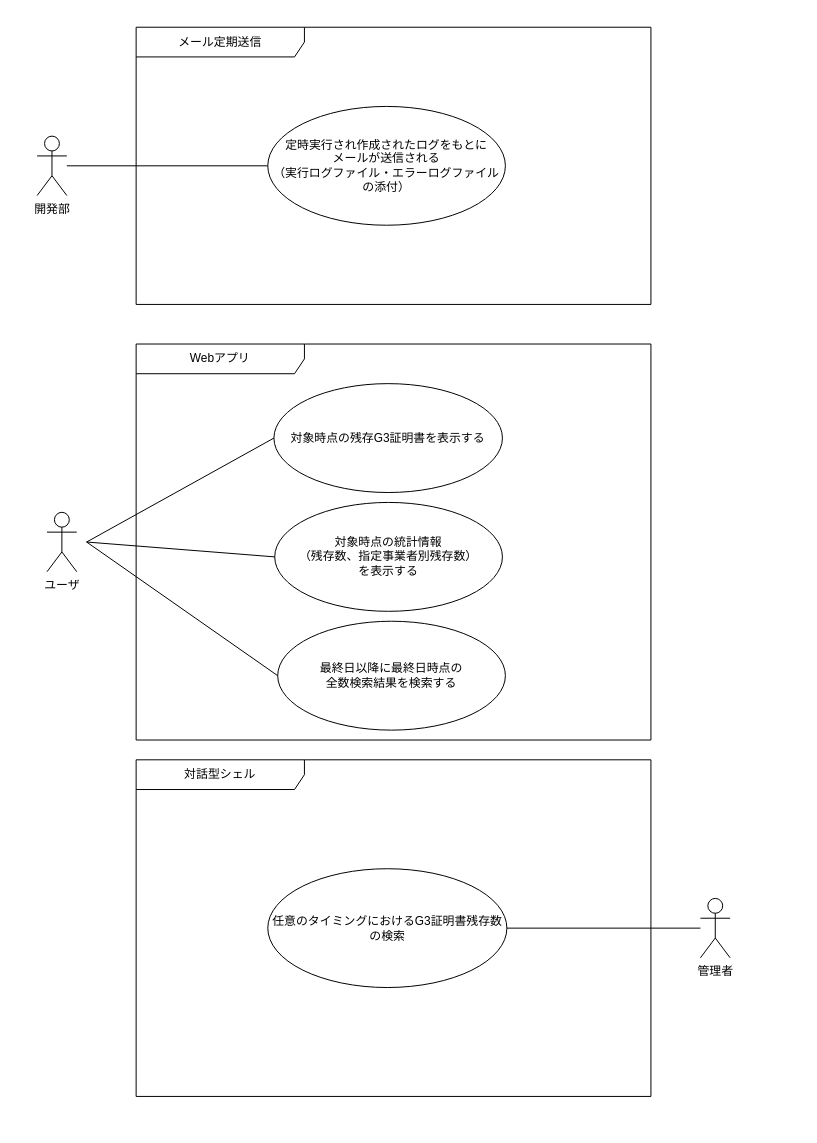
This is page "ユースケース図" (4 of 6) of UMLDiagram.drawio from r-asano/kaihatsubuKenshu, a draw.io file, before an edit. Source tidied: cells renumbered, new cells numbered last; positions are measured from the earlier drawing's top-left corner, leaving out a move shared by most shapes. Both pictures are drawn from the tidied source at 99%, with x=0, y=0 at pixel (37, 27).
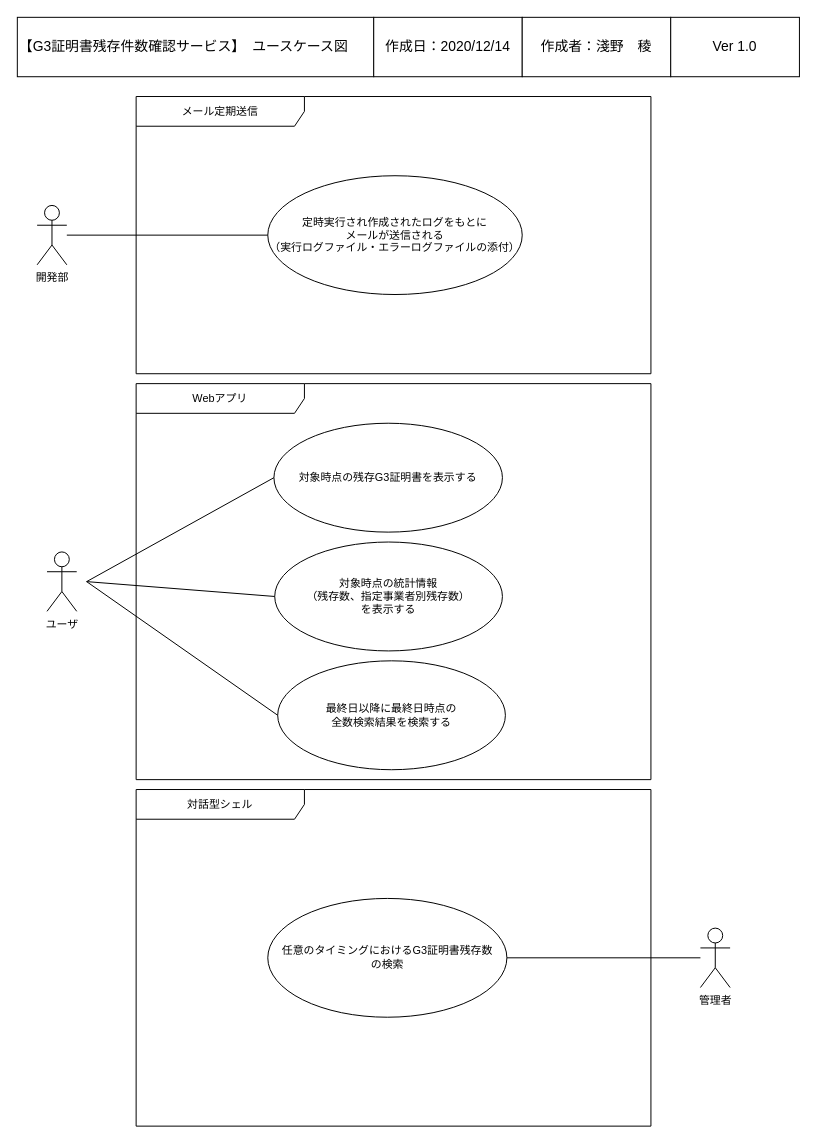
The same page after the edit.

Change to the diagram source:
```diff
@@
-    <mxCell id="2" value="対話型シェル" style="shape=umlFrame;whiteSpace=wrap;html=1;width=170;height=30;" parent="1" vertex="1">
-      <mxGeometry x="100" y="740" width="520" height="340" as="geometry" />
+    <mxCell id="2" value="対話型シェル" style="shape=umlFrame;whiteSpace=wrap;html=1;width=170;height=30;fontSize=11;" parent="1" vertex="1">
+      <mxGeometry x="100" y="770" width="520" height="340" as="geometry" />
     </mxCell>
-    <mxCell id="3" value="メール定期送信" style="shape=umlFrame;whiteSpace=wrap;html=1;width=170;height=30;" parent="1" vertex="1">
-      <mxGeometry x="100" width="520" height="280" as="geometry" />
+    <mxCell id="3" value="メール定期送信" style="shape=umlFrame;whiteSpace=wrap;html=1;width=170;height=30;fontSize=11;" parent="1" vertex="1">
+      <mxGeometry x="100" y="70" width="520" height="280" as="geometry" />
     </mxCell>
-    <mxCell id="4" value="開発部" style="shape=umlActor;verticalLabelPosition=bottom;verticalAlign=top;html=1;" parent="1" vertex="1">
-      <mxGeometry y="110" width="30" height="60" as="geometry" />
+    <mxCell id="4" value="開発部" style="shape=umlActor;verticalLabelPosition=bottom;verticalAlign=top;html=1;fontSize=11;" parent="1" vertex="1">
+      <mxGeometry y="180" width="30" height="60" as="geometry" />
     </mxCell>
-    <mxCell id="5" value="Webアプリ" style="shape=umlFrame;whiteSpace=wrap;html=1;width=170;height=30;" parent="1" vertex="1">
-      <mxGeometry x="100" y="320" width="520" height="400" as="geometry" />
+    <mxCell id="5" value="Webアプリ" style="shape=umlFrame;whiteSpace=wrap;html=1;width=170;height=30;fontSize=11;" parent="1" vertex="1">
+      <mxGeometry x="100" y="360" width="520" height="400" as="geometry" />
     </mxCell>
-    <mxCell id="6" value="&lt;div&gt;定時実行され作成されたログをもとに&lt;/div&gt;&lt;div&gt;メールが送信される&lt;/div&gt;&lt;div&gt;（実行ログファイル・エラーログファイルの添付）&lt;br&gt;&lt;/div&gt;" style="ellipse;whiteSpace=wrap;html=1;" parent="1" vertex="1">
-      <mxGeometry x="233" y="80" width="240" height="120" as="geometry" />
+    <mxCell id="6" value="&lt;div style=&quot;font-size: 11px;&quot;&gt;定時実行され作成されたログをもとに&lt;/div&gt;&lt;div style=&quot;font-size: 11px;&quot;&gt;メールが送信される&lt;/div&gt;&lt;div style=&quot;font-size: 11px;&quot;&gt;（実行ログファイル・エラーログファイルの添付）&lt;br style=&quot;font-size: 11px;&quot;&gt;&lt;/div&gt;" style="ellipse;whiteSpace=wrap;html=1;fontSize=11;" parent="1" vertex="1">
+      <mxGeometry x="233" y="150" width="257" height="120" as="geometry" />
     </mxCell>
-    <mxCell id="7" style="endArrow=none;html=1;entryX=0;entryY=0.5;entryDx=0;entryDy=0;" parent="1" edge="1" source="4" target="6">
+    <mxCell id="7" style="endArrow=none;html=1;entryX=0;entryY=0.5;entryDx=0;entryDy=0;fontSize=11;" parent="1" edge="1" source="4" target="6">
       <mxGeometry relative="1" as="geometry" />
     </mxCell>
-    <mxCell id="8" style="edgeStyle=orthogonalEdgeStyle;rounded=0;jumpStyle=arc;jettySize=auto;html=1;entryX=1;entryY=0.5;entryDx=0;entryDy=0;endArrow=none;endFill=0;" parent="1" edge="1" source="9" target="13">
+    <mxCell id="8" style="edgeStyle=orthogonalEdgeStyle;rounded=0;jumpStyle=arc;jettySize=auto;html=1;entryX=1;entryY=0.5;entryDx=0;entryDy=0;endArrow=none;endFill=0;fontSize=11;" parent="1" edge="1" source="9" target="13">
       <mxGeometry relative="1" as="geometry" />
     </mxCell>
-    <mxCell id="9" value="管理者" style="shape=umlActor;verticalLabelPosition=bottom;verticalAlign=top;html=1;" parent="1" vertex="1">
-      <mxGeometry x="670" y="880" width="30" height="60" as="geometry" />
+    <mxCell id="9" value="管理者" style="shape=umlActor;verticalLabelPosition=bottom;verticalAlign=top;html=1;fontSize=11;" parent="1" vertex="1">
+      <mxGeometry x="670" y="910" width="30" height="60" as="geometry" />
     </mxCell>
-    <mxCell id="10" value="&lt;div&gt;対象時点の残存G3証明書を表示する&lt;br&gt;&lt;/div&gt;" style="ellipse;whiteSpace=wrap;html=1;" parent="1" vertex="1">
-      <mxGeometry x="239.2" y="360" width="230.8" height="110" as="geometry" />
+    <mxCell id="10" value="&lt;div style=&quot;font-size: 11px;&quot;&gt;対象時点の残存G3証明書を表示する&lt;br style=&quot;font-size: 11px;&quot;&gt;&lt;/div&gt;" style="ellipse;whiteSpace=wrap;html=1;fontSize=11;" parent="1" vertex="1">
+      <mxGeometry x="239.2" y="400" width="230.8" height="110" as="geometry" />
     </mxCell>
-    <mxCell id="11" value="&lt;div&gt;対象時点の統計情報&lt;/div&gt;&lt;div&gt;（残存数、指定事業者別残存数）&lt;/div&gt;&lt;div&gt;を表示する&lt;br&gt;&lt;/div&gt;" style="ellipse;whiteSpace=wrap;html=1;" parent="1" vertex="1">
-      <mxGeometry x="240" y="480" width="230" height="110" as="geometry" />
+    <mxCell id="11" value="&lt;div style=&quot;font-size: 11px;&quot;&gt;対象時点の統計情報&lt;/div&gt;&lt;div style=&quot;font-size: 11px;&quot;&gt;（残存数、指定事業者別残存数）&lt;/div&gt;&lt;div style=&quot;font-size: 11px;&quot;&gt;を表示する&lt;br style=&quot;font-size: 11px;&quot;&gt;&lt;/div&gt;" style="ellipse;whiteSpace=wrap;html=1;fontSize=11;" parent="1" vertex="1">
+      <mxGeometry x="240" y="520" width="230" height="110" as="geometry" />
     </mxCell>
-    <mxCell id="12" value="ユーザ" style="shape=umlActor;verticalLabelPosition=bottom;verticalAlign=top;html=1;" parent="1" vertex="1">
-      <mxGeometry x="10" y="490" width="30" height="60" as="geometry" />
+    <mxCell id="12" value="ユーザ" style="shape=umlActor;verticalLabelPosition=bottom;verticalAlign=top;html=1;fontSize=11;" parent="1" vertex="1">
+      <mxGeometry x="10" y="530" width="30" height="60" as="geometry" />
     </mxCell>
-    <mxCell id="13" value="&lt;div&gt;任意のタイミングにおけるG3証明書残存数&lt;/div&gt;&lt;div&gt;の検索&lt;/div&gt;" style="ellipse;whiteSpace=wrap;html=1;" parent="1" vertex="1">
-      <mxGeometry x="233" y="850" width="241.5" height="120" as="geometry" />
+    <mxCell id="13" value="&lt;div style=&quot;font-size: 11px;&quot;&gt;任意のタイミングにおけるG3証明書残存数&lt;/div&gt;&lt;div style=&quot;font-size: 11px;&quot;&gt;の検索&lt;/div&gt;" style="ellipse;whiteSpace=wrap;html=1;fontSize=11;" parent="1" vertex="1">
+      <mxGeometry x="233" y="880" width="241.5" height="120" as="geometry" />
     </mxCell>
-    <mxCell id="14" value="&lt;div&gt;最終日以降に最終日時点の&lt;/div&gt;&lt;div&gt;全数検索結果を検索する&lt;/div&gt;" style="ellipse;whiteSpace=wrap;html=1;" parent="1" vertex="1">
-      <mxGeometry x="243" y="600" width="230" height="110" as="geometry" />
+    <mxCell id="14" value="&lt;div style=&quot;font-size: 11px;&quot;&gt;最終日以降に最終日時点の&lt;/div&gt;&lt;div style=&quot;font-size: 11px;&quot;&gt;全数検索結果を検索する&lt;/div&gt;" style="ellipse;whiteSpace=wrap;html=1;fontSize=11;" parent="1" vertex="1">
+      <mxGeometry x="243" y="640" width="230" height="110" as="geometry" />
     </mxCell>
-    <mxCell id="15" style="endArrow=none;html=1;entryX=0;entryY=0.5;entryDx=0;entryDy=0;" parent="1" edge="1" target="10">
+    <mxCell id="15" style="endArrow=none;html=1;entryX=0;entryY=0.5;entryDx=0;entryDy=0;fontSize=11;" parent="1" edge="1" target="10">
       <mxGeometry relative="1" as="geometry">
-        <mxPoint x="50" y="520" as="sourcePoint" />
+        <mxPoint x="50" y="560" as="sourcePoint" />
       </mxGeometry>
     </mxCell>
-    <mxCell id="16" style="endArrow=none;html=1;entryX=0;entryY=0.5;entryDx=0;entryDy=0;" parent="1" edge="1" target="11">
+    <mxCell id="16" style="endArrow=none;html=1;entryX=0;entryY=0.5;entryDx=0;entryDy=0;fontSize=11;" parent="1" edge="1" target="11">
       <mxGeometry relative="1" as="geometry">
-        <mxPoint x="50" y="520" as="sourcePoint" />
+        <mxPoint x="50" y="560" as="sourcePoint" />
       </mxGeometry>
     </mxCell>
-    <mxCell id="17" style="endArrow=none;html=1;entryX=0;entryY=0.5;entryDx=0;entryDy=0;" parent="1" edge="1" target="14">
+    <mxCell id="17" style="endArrow=none;html=1;entryX=0;entryY=0.5;entryDx=0;entryDy=0;fontSize=11;" parent="1" edge="1" target="14">
       <mxGeometry relative="1" as="geometry">
-        <mxPoint x="50" y="520" as="sourcePoint" />
+        <mxPoint x="50" y="560" as="sourcePoint" />
       </mxGeometry>
     </mxCell>
+    <mxCell id="18" value="&lt;div style=&quot;font-size: 14px&quot; align=&quot;left&quot;&gt;&lt;font style=&quot;font-size: 14px&quot;&gt;【G3証明書残存件数確認サービス】　ユースケース図&lt;/font&gt;&lt;/div&gt;" style="rounded=0;whiteSpace=wrap;html=1;align=left;fontSize=14;" parent="1" vertex="1">
+      <mxGeometry x="-20" y="-10" width="360" height="60" as="geometry" />
+    </mxCell>
+    <mxCell id="19" value="&lt;font style=&quot;font-size: 14px;&quot;&gt;作成日：2020/12/14&lt;/font&gt;" style="rounded=0;whiteSpace=wrap;html=1;fontSize=14;" parent="1" vertex="1">
+      <mxGeometry x="340" y="-10" width="150" height="60" as="geometry" />
+    </mxCell>
+    <mxCell id="20" value="&lt;font style=&quot;font-size: 14px;&quot;&gt;作成者：淺野　稜&lt;/font&gt;" style="rounded=0;whiteSpace=wrap;html=1;fontSize=14;" parent="1" vertex="1">
+      <mxGeometry x="490" y="-10" width="150" height="60" as="geometry" />
+    </mxCell>
+    <mxCell id="21" value="&lt;font style=&quot;font-size: 14px;&quot;&gt;Ver 1.0&lt;/font&gt;" style="rounded=0;whiteSpace=wrap;html=1;fontSize=14;" parent="1" vertex="1">
+      <mxGeometry x="640" y="-10" width="130" height="60" as="geometry" />
+    </mxCell>
```
